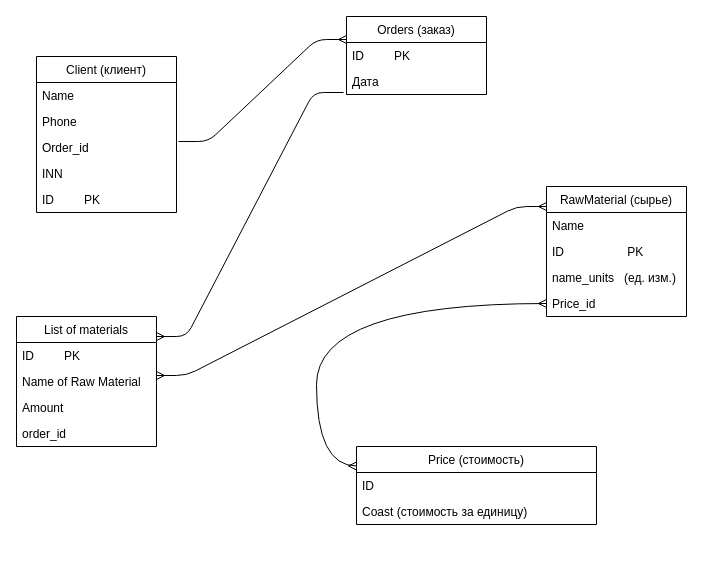
The draw.io diagram db/diagram/dron-backend.drawio in Maxim-Ba/dron-project-backend, before the edit. Source tidied: cells renumbered, new cells numbered last; positions are measured from the earlier drawing's top-left corner, leaving out a move shared by most shapes. Both pictures are drawn from the tidied source at 100%, with x=0, y=0 at pixel (16, 16).
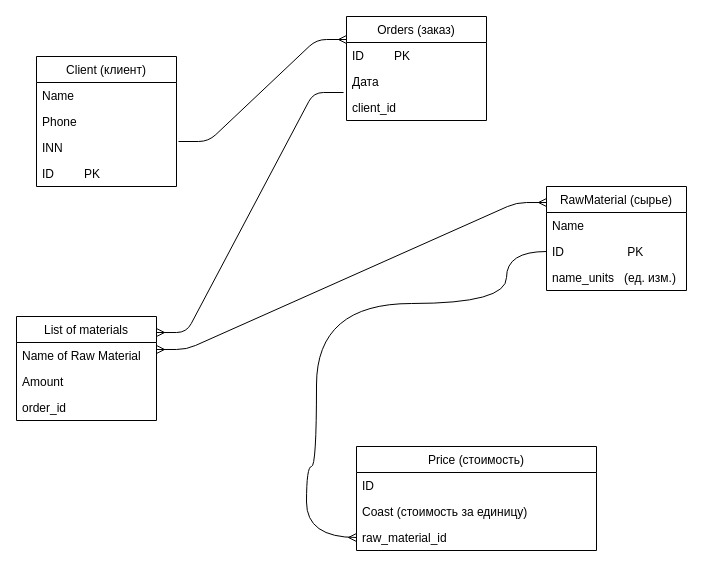
The same page after the edit.

The change refers to these unchanged cells:
```xml
<mxCell id="10" value="ID                   PK" style="text;strokeColor=none;fillColor=none;align=left;verticalAlign=top;spacingLeft=4;spacingRight=4;overflow=hidden;points=[[0,0.5],[1,0.5]];portConstraint=eastwest;" parent="8" vertex="1">
  <mxGeometry y="52" width="140" height="26" as="geometry" />
</mxCell>
```

Change to the diagram source:
```diff
@@
     <mxCell id="2" value="Client (клиент)" style="swimlane;fontStyle=0;horizontal=1;startSize=26;" parent="1" vertex="1">
-      <mxGeometry x="20" y="40" width="140" height="156" as="geometry" />
+      <mxGeometry x="20" y="40" width="140" height="130" as="geometry" />
     </mxCell>
@@
-    <mxCell id="5" value="Order_id" style="text;strokeColor=none;fillColor=none;align=left;verticalAlign=top;spacingLeft=4;spacingRight=4;overflow=hidden;points=[[0,0.5],[1,0.5]];portConstraint=eastwest;" parent="2" vertex="1">
-      <mxGeometry y="78" width="140" height="26" as="geometry" />
-    </mxCell>
     <mxCell id="6" value="INN&#10;" style="text;strokeColor=none;fillColor=none;align=left;verticalAlign=top;spacingLeft=4;spacingRight=4;overflow=hidden;" parent="2" vertex="1">
-      <mxGeometry y="104" width="140" height="26" as="geometry" />
+      <mxGeometry y="78" width="140" height="26" as="geometry" />
     </mxCell>
     <mxCell id="7" value="ID         PK" style="text;strokeColor=none;fillColor=none;align=left;verticalAlign=top;spacingLeft=4;spacingRight=4;overflow=hidden;" parent="2" vertex="1">
-      <mxGeometry y="130" width="140" height="26" as="geometry" />
+      <mxGeometry y="104" width="140" height="26" as="geometry" />
     </mxCell>
     <mxCell id="8" value="RawMaterial (сырье)" style="swimlane;fontStyle=0;horizontal=1;startSize=26;" parent="1" vertex="1">
-      <mxGeometry x="530" y="170" width="140" height="130" as="geometry" />
+      <mxGeometry x="530" y="170" width="140" height="104" as="geometry" />
     </mxCell>
@@
-    <mxCell id="12" value="Price_id" style="text;strokeColor=none;fillColor=none;align=left;verticalAlign=top;spacingLeft=4;spacingRight=4;overflow=hidden;points=[[0,0.5],[1,0.5]];portConstraint=eastwest;" parent="8" vertex="1">
-      <mxGeometry y="104" width="140" height="26" as="geometry" />
-    </mxCell>
     <mxCell id="13" value="Price (стоимость)" style="swimlane;fontStyle=0;horizontal=1;startSize=26;" parent="1" vertex="1">
-      <mxGeometry x="340" y="430" width="240" height="78" as="geometry" />
+      <mxGeometry x="340" y="430" width="240" height="104" as="geometry" />
     </mxCell>
@@
+    <mxCell id="28" value="raw_material_id" style="text;strokeColor=none;fillColor=none;align=left;verticalAlign=top;spacingLeft=4;spacingRight=4;overflow=hidden;points=[[0,0.5],[1,0.5]];portConstraint=eastwest;" parent="13" vertex="1">
+      <mxGeometry y="78" width="240" height="26" as="geometry" />
+    </mxCell>
     <mxCell id="16" value="Orders (заказ)" style="swimlane;fontStyle=0;horizontal=1;startSize=26;" parent="1" vertex="1">
-      <mxGeometry x="330" width="140" height="78" as="geometry" />
+      <mxGeometry x="330" width="140" height="104" as="geometry" />
     </mxCell>
@@
+    <mxCell id="29" value="client_id" style="text;strokeColor=none;fillColor=none;align=left;verticalAlign=top;spacingLeft=4;spacingRight=4;overflow=hidden;fontColor=default;" parent="16" vertex="1">
+      <mxGeometry y="78" width="140" height="26" as="geometry" />
+    </mxCell>
-    <mxCell id="19" style="edgeStyle=entityRelationEdgeStyle;fontSize=12;html=1;endArrow=ERmany;exitX=1.014;exitY=0.269;exitDx=0;exitDy=0;exitPerimeter=0;" parent="1" edge="1" source="5">
+    <mxCell id="19" style="edgeStyle=entityRelationEdgeStyle;fontSize=12;html=1;endArrow=ERmany;exitX=1.014;exitY=0.269;exitDx=0;exitDy=0;exitPerimeter=0;" parent="1" edge="1">
       <mxGeometry relative="1" as="geometry">
+        <mxPoint x="162" y="125" as="sourcePoint" />
         <mxPoint x="330" y="23" as="targetPoint" />
       </mxGeometry>
     </mxCell>
@@
-    <mxCell id="21" style="edgeStyle=orthogonalEdgeStyle;fontSize=12;html=1;endArrow=ERmany;startArrow=ERmany;entryX=0;entryY=0.5;entryDx=0;entryDy=0;exitX=0;exitY=0.25;exitDx=0;exitDy=0;curved=1;" parent="1" edge="1" source="13" target="12">
+    <mxCell id="21" style="edgeStyle=orthogonalEdgeStyle;fontSize=12;html=1;endArrow=none;startArrow=ERmany;entryX=0;entryY=0.5;entryDx=0;entryDy=0;exitX=0;exitY=0.5;exitDx=0;exitDy=0;curved=1;startFill=0;endFill=0;" parent="1" edge="1" source="28" target="10">
       <mxGeometry relative="1" as="geometry">
         <Array as="points">
+          <mxPoint x="290" y="521" />
+          <mxPoint x="290" y="450" />
           <mxPoint x="300" y="450" />
           <mxPoint x="300" y="287" />
+          <mxPoint x="490" y="287" />
+          <mxPoint x="490" y="235" />
         </Array>
       </mxGeometry>
     </mxCell>
     <mxCell id="22" value="List of materials" style="swimlane;fontStyle=0;horizontal=1;startSize=26;" parent="1" vertex="1">
-      <mxGeometry y="300" width="140" height="130" as="geometry" />
+      <mxGeometry y="300" width="140" height="104" as="geometry" />
     </mxCell>
-    <mxCell id="23" value="ID         PK" style="text;strokeColor=none;fillColor=none;align=left;verticalAlign=top;spacingLeft=4;spacingRight=4;overflow=hidden;" parent="22" vertex="1">
-      <mxGeometry y="26" width="140" height="26" as="geometry" />
-    </mxCell>
     <mxCell id="24" value="Name of Raw Material" style="text;strokeColor=none;fillColor=none;align=left;verticalAlign=top;spacingLeft=4;spacingRight=4;overflow=hidden;points=[[0,0.5],[1,0.5]];portConstraint=eastwest;" parent="22" vertex="1">
-      <mxGeometry y="52" width="140" height="26" as="geometry" />
+      <mxGeometry y="26" width="140" height="26" as="geometry" />
     </mxCell>
     <mxCell id="25" value="Amount" style="text;strokeColor=none;fillColor=none;align=left;verticalAlign=top;spacingLeft=4;spacingRight=4;overflow=hidden;" parent="22" vertex="1">
-      <mxGeometry y="78" width="140" height="26" as="geometry" />
+      <mxGeometry y="52" width="140" height="26" as="geometry" />
     </mxCell>
     <mxCell id="26" value="order_id" style="text;strokeColor=none;fillColor=none;align=left;verticalAlign=top;spacingLeft=4;spacingRight=4;overflow=hidden;" parent="22" vertex="1">
-      <mxGeometry y="104" width="140" height="26" as="geometry" />
+      <mxGeometry y="78" width="140" height="26" as="geometry" />
     </mxCell>
```
